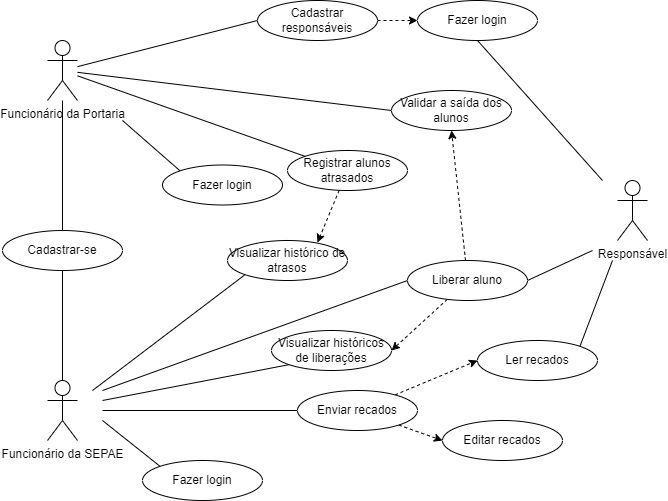
Above: documentos/arquitetura/UML - Diagrama Casos de Uso - SEPAIS.drawio.png in garzuze/SEPAIS (draw.io), before the change. Source tidied: cells renumbered, new cells last; positions are measured from the earlier drawing's top-left corner, leaving out a move shared by most shapes.
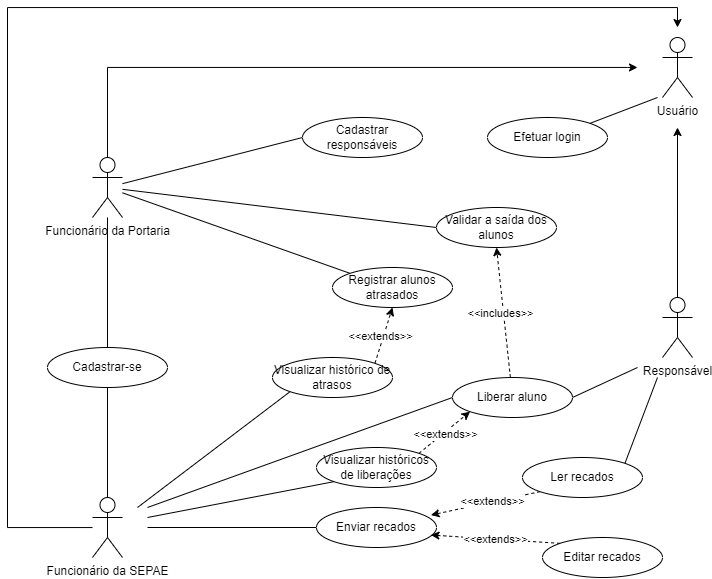
Later version of the same file.

Diff of the diagram source:
```diff
@@ -2,11 +2,6 @@
   <root>
     <mxCell id="0" />
     <mxCell id="1" parent="0" />
-    <mxCell id="2" style="rounded=0;jettySize=auto;html=1;entryX=0;entryY=0;entryDx=0;entryDy=0;endArrow=none;endFill=0;" parent="1" edge="1" target="19">
-      <mxGeometry relative="1" as="geometry">
-        <mxPoint x="120" y="120" as="sourcePoint" />
-      </mxGeometry>
-    </mxCell>
     <mxCell id="3" style="rounded=0;jettySize=auto;html=1;entryX=0;entryY=0.5;entryDx=0;entryDy=0;endArrow=none;endFill=0;" parent="1" edge="1" source="6" target="33">
       <mxGeometry relative="1" as="geometry" />
     </mxCell>
@@ -16,6 +11,15 @@
     <mxCell id="5" style="rounded=0;jettySize=auto;html=1;entryX=0;entryY=0;entryDx=0;entryDy=0;endArrow=none;endFill=0;" parent="1" edge="1" source="6" target="21">
       <mxGeometry relative="1" as="geometry" />
     </mxCell>
+    <mxCell id="38" style="edgeStyle=orthogonalEdgeStyle;rounded=0;jettySize=auto;html=1;" parent="1" edge="1" source="6">
+      <mxGeometry relative="1" as="geometry">
+        <mxPoint x="590" y="-50" as="targetPoint" />
+        <Array as="points">
+          <mxPoint x="60" y="-50" />
+          <mxPoint x="580" y="-50" />
+        </Array>
+      </mxGeometry>
+    </mxCell>
     <mxCell id="6" value="Funcionário da Portaria&lt;div&gt;&lt;br&gt;&lt;/div&gt;" style="shape=umlActor;verticalLabelPosition=bottom;verticalAlign=top;html=1;outlineConnect=0;" parent="1" vertex="1">
       <mxGeometry x="45" y="40" width="30" height="60" as="geometry" />
     </mxCell>
@@ -37,11 +41,16 @@
         <mxPoint x="100" y="390" as="sourcePoint" />
       </mxGeometry>
     </mxCell>
-    <mxCell id="11" style="rounded=0;jettySize=auto;html=1;entryX=0;entryY=0;entryDx=0;entryDy=0;endArrow=none;endFill=0;" parent="1" edge="1" target="37">
-      <mxGeometry relative="1" as="geometry">
-        <mxPoint x="100" y="420" as="sourcePoint" />
-      </mxGeometry>
-    </mxCell>
+    <mxCell id="39" style="edgeStyle=orthogonalEdgeStyle;rounded=0;jettySize=auto;html=1;" parent="1" edge="1" source="12">
+      <mxGeometry relative="1" as="geometry">
+        <mxPoint x="630" y="-90" as="targetPoint" />
+        <Array as="points">
+          <mxPoint x="-40" y="410" />
+          <mxPoint x="-40" y="-110" />
+          <mxPoint x="630" y="-110" />
+        </Array>
+      </mxGeometry>
+    </mxCell>
     <mxCell id="12" value="Funcionário da SEPAE" style="shape=umlActor;verticalLabelPosition=bottom;verticalAlign=top;html=1;outlineConnect=0;" parent="1" vertex="1">
       <mxGeometry x="45" y="380" width="30" height="60" as="geometry" />
     </mxCell>
@@ -50,16 +59,16 @@
         <mxPoint x="610" y="260" as="sourcePoint" />
       </mxGeometry>
     </mxCell>
-    <mxCell id="14" style="rounded=0;jettySize=auto;html=1;entryX=0.5;entryY=1;entryDx=0;entryDy=0;endArrow=none;endFill=0;" parent="1" edge="1" target="31">
-      <mxGeometry relative="1" as="geometry">
-        <mxPoint x="600" y="180" as="sourcePoint" />
-      </mxGeometry>
-    </mxCell>
     <mxCell id="15" style="rounded=0;jettySize=auto;html=1;entryX=1;entryY=0.5;entryDx=0;entryDy=0;endArrow=none;endFill=0;" parent="1" edge="1" target="35">
       <mxGeometry relative="1" as="geometry">
         <mxPoint x="590" y="250" as="sourcePoint" />
       </mxGeometry>
     </mxCell>
+    <mxCell id="40" style="edgeStyle=orthogonalEdgeStyle;rounded=0;jettySize=auto;html=1;" parent="1" edge="1" source="16">
+      <mxGeometry relative="1" as="geometry">
+        <mxPoint x="630" y="10" as="targetPoint" />
+      </mxGeometry>
+    </mxCell>
     <mxCell id="16" value="Responsável" style="shape=umlActor;verticalLabelPosition=bottom;verticalAlign=top;html=1;outlineConnect=0;" parent="1" vertex="1">
       <mxGeometry x="615" y="180" width="30" height="60" as="geometry" />
     </mxCell>
@@ -69,64 +78,75 @@
     <mxCell id="18" value="Cadastrar-se" style="ellipse;whiteSpace=wrap;html=1;" parent="1" vertex="1">
       <mxGeometry y="230" width="120" height="40" as="geometry" />
     </mxCell>
-    <mxCell id="19" value="Fazer login" style="ellipse;whiteSpace=wrap;html=1;" parent="1" vertex="1">
-      <mxGeometry x="160" y="164.5" width="120" height="40" as="geometry" />
-    </mxCell>
-    <mxCell id="20" style="rounded=0;jettySize=auto;html=1;entryX=0.75;entryY=0.05;entryDx=0;entryDy=0;dashed=1;entryPerimeter=0;" parent="1" edge="1" source="21" target="27">
-      <mxGeometry relative="1" as="geometry" />
-    </mxCell>
     <mxCell id="21" value="Registrar alunos atrasados" style="ellipse;whiteSpace=wrap;html=1;" parent="1" vertex="1">
       <mxGeometry x="285" y="150" width="120" height="40" as="geometry" />
     </mxCell>
     <mxCell id="22" value="Validar a saída dos alunos" style="ellipse;whiteSpace=wrap;html=1;" parent="1" vertex="1">
       <mxGeometry x="389" y="90" width="120" height="40" as="geometry" />
     </mxCell>
-    <mxCell id="23" style="rounded=0;jettySize=auto;html=1;entryX=0;entryY=0.5;entryDx=0;entryDy=0;dashed=1;" parent="1" edge="1" source="25" target="26">
-      <mxGeometry relative="1" as="geometry" />
-    </mxCell>
-    <mxCell id="24" style="rounded=0;jettySize=auto;html=1;entryX=0;entryY=0.5;entryDx=0;entryDy=0;dashed=1;" parent="1" edge="1" source="25" target="29">
-      <mxGeometry relative="1" as="geometry" />
-    </mxCell>
     <mxCell id="25" value="Enviar recados" style="ellipse;whiteSpace=wrap;html=1;" parent="1" vertex="1">
-      <mxGeometry x="295" y="390" width="120" height="40" as="geometry" />
+      <mxGeometry x="269" y="390" width="120" height="40" as="geometry" />
     </mxCell>
+    <mxCell id="41" style="rounded=0;jettySize=auto;html=1;exitX=0;exitY=1;exitDx=0;exitDy=0;entryX=0.954;entryY=0.188;entryDx=0;entryDy=0;dashed=1;entryPerimeter=0;" parent="1" edge="1" source="26" target="25">
+      <mxGeometry relative="1" as="geometry" />
+    </mxCell>
+    <mxCell id="42" value="&amp;lt;&amp;lt;extends&amp;gt;&amp;gt;" style="edgeLabel;html=1;align=center;verticalAlign=middle;" parent="41" vertex="1">
+      <mxGeometry x="-0.11" y="-1" relative="1" as="geometry" />
+    </mxCell>
     <mxCell id="26" value="Ler recados" style="ellipse;whiteSpace=wrap;html=1;" parent="1" vertex="1">
       <mxGeometry x="475" y="340" width="120" height="40" as="geometry" />
     </mxCell>
+    <mxCell id="43" style="rounded=0;jettySize=auto;html=1;exitX=1;exitY=0;exitDx=0;exitDy=0;entryX=0.5;entryY=1;entryDx=0;entryDy=0;dashed=1;" parent="1" edge="1" source="27" target="21">
+      <mxGeometry relative="1" as="geometry" />
+    </mxCell>
+    <mxCell id="44" value="&amp;lt;&amp;lt;extends&amp;gt;&amp;gt;" style="edgeLabel;html=1;align=center;verticalAlign=middle;" parent="43" vertex="1">
+      <mxGeometry x="-0.05" y="3" relative="1" as="geometry" />
+    </mxCell>
     <mxCell id="27" value="Visualizar histórico de atrasos" style="ellipse;whiteSpace=wrap;html=1;" parent="1" vertex="1">
       <mxGeometry x="225" y="240" width="120" height="40" as="geometry" />
     </mxCell>
+    <mxCell id="45" style="rounded=0;jettySize=auto;html=1;exitX=1;exitY=0;exitDx=0;exitDy=0;entryX=0;entryY=1;entryDx=0;entryDy=0;dashed=1;" parent="1" edge="1" source="28" target="35">
+      <mxGeometry relative="1" as="geometry" />
+    </mxCell>
+    <mxCell id="46" value="&amp;lt;&amp;lt;extends&amp;gt;&amp;gt;" style="edgeLabel;html=1;align=center;verticalAlign=middle;" parent="45" vertex="1">
+      <mxGeometry x="-0.02" y="-1" relative="1" as="geometry" />
+    </mxCell>
     <mxCell id="28" value="&lt;div&gt;&lt;br&gt;&lt;/div&gt;Visualizar históricos de liberações&lt;div&gt;&lt;br&gt;&lt;/div&gt;" style="ellipse;whiteSpace=wrap;html=1;" parent="1" vertex="1">
       <mxGeometry x="269" y="330" width="120" height="40" as="geometry" />
     </mxCell>
+    <mxCell id="47" value="&amp;lt;&amp;lt;extends&amp;gt;&amp;gt;" style="rounded=0;jettySize=auto;html=1;exitX=0;exitY=0;exitDx=0;exitDy=0;entryX=0.954;entryY=0.688;entryDx=0;entryDy=0;dashed=1;entryPerimeter=0;" parent="1" edge="1" source="29" target="25">
+      <mxGeometry relative="1" as="geometry" />
+    </mxCell>
     <mxCell id="29" value="Editar recados" style="ellipse;whiteSpace=wrap;html=1;" parent="1" vertex="1">
-      <mxGeometry x="440" y="420" width="120" height="40" as="geometry" />
+      <mxGeometry x="495" y="420" width="120" height="40" as="geometry" />
     </mxCell>
     <mxCell id="30" style="rounded=0;jettySize=auto;html=1;entryX=0;entryY=1;entryDx=0;entryDy=0;endArrow=none;endFill=0;" parent="1" edge="1" target="28">
       <mxGeometry relative="1" as="geometry">
         <mxPoint x="100" y="400" as="sourcePoint" />
       </mxGeometry>
     </mxCell>
-    <mxCell id="31" value="Fazer login" style="ellipse;whiteSpace=wrap;html=1;" parent="1" vertex="1">
-      <mxGeometry x="415" width="120" height="40" as="geometry" />
-    </mxCell>
-    <mxCell id="32" style="rounded=0;jettySize=auto;html=1;entryX=0;entryY=0.5;entryDx=0;entryDy=0;dashed=1;" parent="1" edge="1" source="33" target="31">
-      <mxGeometry relative="1" as="geometry" />
-    </mxCell>
     <mxCell id="33" value="Cadastrar responsáveis" style="ellipse;whiteSpace=wrap;html=1;" parent="1" vertex="1">
       <mxGeometry x="255" width="120" height="40" as="geometry" />
     </mxCell>
-    <mxCell id="34" style="rounded=0;jettySize=auto;html=1;entryX=1;entryY=0.5;entryDx=0;entryDy=0;dashed=1;" parent="1" edge="1" source="35" target="28">
-      <mxGeometry relative="1" as="geometry" />
-    </mxCell>
     <mxCell id="35" value="Liberar aluno" style="ellipse;whiteSpace=wrap;html=1;" parent="1" vertex="1">
       <mxGeometry x="405" y="260" width="120" height="40" as="geometry" />
     </mxCell>
     <mxCell id="36" style="rounded=0;jettySize=auto;html=1;dashed=1;entryX=0.5;entryY=1;entryDx=0;entryDy=0;" parent="1" edge="1" source="35" target="22">
       <mxGeometry relative="1" as="geometry" />
     </mxCell>
-    <mxCell id="37" value="Fazer login" style="ellipse;whiteSpace=wrap;html=1;" parent="1" vertex="1">
-      <mxGeometry x="140" y="460" width="120" height="40" as="geometry" />
-    </mxCell>
+    <mxCell id="48" value="&amp;lt;&amp;lt;includes&amp;gt;&amp;gt;" style="edgeLabel;html=1;align=center;verticalAlign=middle;" parent="36" vertex="1">
+      <mxGeometry y="3" relative="1" as="geometry" />
+    </mxCell>
+    <mxCell id="49" value="Usuário" style="shape=umlActor;verticalLabelPosition=bottom;verticalAlign=top;html=1;" parent="1" vertex="1">
+      <mxGeometry x="615" y="-80" width="30" height="60" as="geometry" />
+    </mxCell>
+    <mxCell id="50" value="Efetuar login" style="ellipse;whiteSpace=wrap;html=1;" parent="1" vertex="1">
+      <mxGeometry x="440" width="120" height="40" as="geometry" />
+    </mxCell>
+    <mxCell id="51" style="rounded=0;jettySize=auto;html=1;entryX=0;entryY=0.5;entryDx=0;entryDy=0;endArrow=none;endFill=0;exitX=1;exitY=0;exitDx=0;exitDy=0;" parent="1" edge="1" source="50">
+      <mxGeometry relative="1" as="geometry">
+        <mxPoint x="610" y="-20" as="targetPoint" />
+      </mxGeometry>
+    </mxCell>
   </root>
 </mxGraphModel>
```
